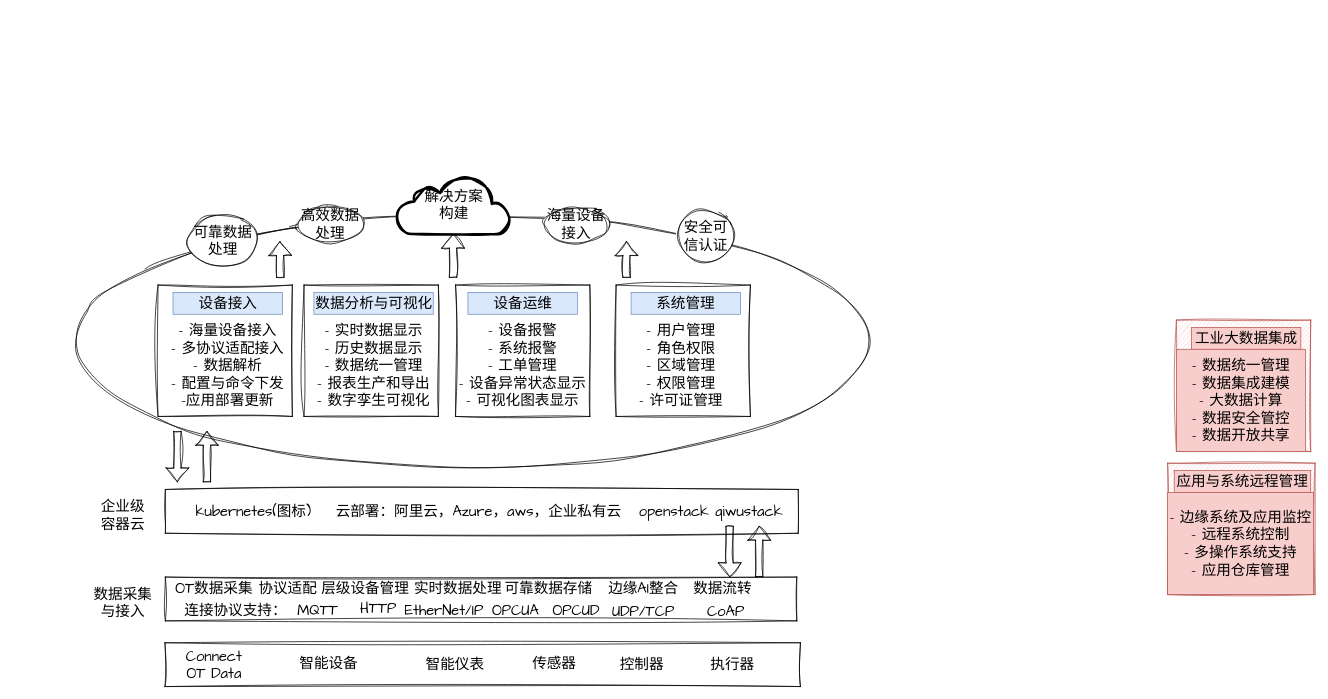
Above: page "IoTSuite" (3 of 3) of qiwu.drawio in viking-wj/software (draw.io), before the change. Source tidied: cells renumbered, new cells numbered last; positions are measured from the earlier drawing's top-left corner, leaving out a move shared by most shapes. Both pictures are drawn from the tidied source at 73%, with x=0, y=0 at pixel (74, 175).
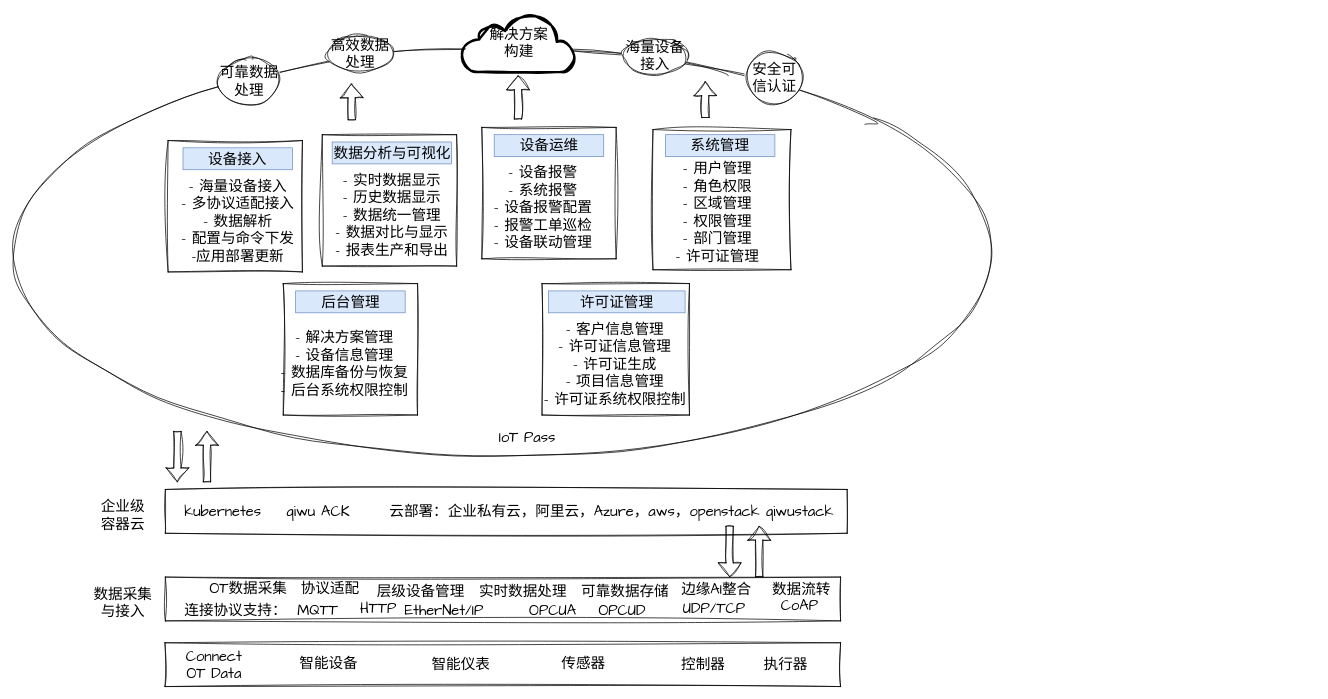
The same page after the edit.

Diff of the diagram source:
```diff
@@
-    <mxCell id="2" style="ellipse;whiteSpace=wrap;html=1;sketch=1;hachureGap=4;jiggle=2;curveFitting=1;fontFamily=Architects Daughter;fontSize=20;" parent="1" vertex="1">
-      <mxGeometry y="54" width="1087" height="346" as="geometry" />
-    </mxCell>
+    <mxCell id="62" style="ellipse;whiteSpace=wrap;html=1;sketch=1;hachureGap=4;jiggle=2;curveFitting=1;fontFamily=Architects Daughter;fontSize=20;" parent="1" vertex="1">
+      <mxGeometry x="-84.5" y="-174" width="1342" height="558" as="geometry" />
+    </mxCell>
     <mxCell id="3" style="rounded=0;whiteSpace=wrap;html=1;sketch=1;hachureGap=4;jiggle=2;curveFitting=1;fontFamily=Architects Daughter;fontSize=20;" parent="1" vertex="1">
-      <mxGeometry x="123.5" y="640" width="870.5" height="60" as="geometry" />
+      <mxGeometry x="123.5" y="640" width="925.5" height="60" as="geometry" />
     </mxCell>
@@
     <mxCell id="6" value="智能仪表" style="text;html=1;strokeColor=none;fillColor=none;align=center;verticalAlign=middle;whiteSpace=wrap;rounded=0;fontSize=20;fontFamily=Architects Daughter;" parent="1" vertex="1">
-      <mxGeometry x="476" y="655" width="90" height="30" as="geometry" />
+      <mxGeometry x="484" y="655" width="90" height="30" as="geometry" />
     </mxCell>
     <mxCell id="7" value="传感器" style="text;html=1;strokeColor=none;fillColor=none;align=center;verticalAlign=middle;whiteSpace=wrap;rounded=0;fontSize=20;fontFamily=Architects Daughter;" parent="1" vertex="1">
-      <mxGeometry x="612" y="655" width="90" height="25" as="geometry" />
+      <mxGeometry x="651.5" y="655" width="90" height="25" as="geometry" />
     </mxCell>
     <mxCell id="8" value="控制器" style="text;html=1;strokeColor=none;fillColor=none;align=center;verticalAlign=middle;whiteSpace=wrap;rounded=0;fontSize=20;fontFamily=Architects Daughter;" parent="1" vertex="1">
-      <mxGeometry x="741.5" y="655" width="70" height="30" as="geometry" />
+      <mxGeometry x="826" y="655" width="70" height="30" as="geometry" />
     </mxCell>
     <mxCell id="9" value="执行器" style="text;html=1;strokeColor=none;fillColor=none;align=center;verticalAlign=middle;whiteSpace=wrap;rounded=0;fontSize=20;fontFamily=Architects Daughter;" parent="1" vertex="1">
-      <mxGeometry x="866" y="655" width="70" height="30" as="geometry" />
+      <mxGeometry x="939" y="655" width="70" height="30" as="geometry" />
     </mxCell>
     <mxCell id="10" style="rounded=0;whiteSpace=wrap;html=1;sketch=1;hachureGap=4;jiggle=2;curveFitting=1;fontFamily=Architects Daughter;fontSize=20;" parent="1" vertex="1">
-      <mxGeometry x="124" y="550" width="865" height="60" as="geometry" />
+      <mxGeometry x="124" y="550" width="925" height="60" as="geometry" />
     </mxCell>
     <mxCell id="11" value="OT数据采集" style="text;html=1;strokeColor=none;fillColor=none;align=center;verticalAlign=middle;whiteSpace=wrap;rounded=0;fontSize=20;fontFamily=Architects Daughter;" parent="1" vertex="1">
-      <mxGeometry x="131" y="550" width="120" height="30" as="geometry" />
+      <mxGeometry x="178" y="550" width="120" height="30" as="geometry" />
     </mxCell>
@@
     <mxCell id="15" value="协议适配" style="text;html=1;strokeColor=none;fillColor=none;align=center;verticalAlign=middle;whiteSpace=wrap;rounded=0;fontSize=20;fontFamily=Architects Daughter;" parent="1" vertex="1">
-      <mxGeometry x="247" y="550" width="90" height="30" as="geometry" />
+      <mxGeometry x="305" y="550" width="90" height="30" as="geometry" />
     </mxCell>
     <mxCell id="16" value="层级设备管理" style="text;html=1;strokeColor=none;fillColor=none;align=center;verticalAlign=middle;whiteSpace=wrap;rounded=0;fontSize=20;fontFamily=Architects Daughter;" parent="1" vertex="1">
-      <mxGeometry x="333" y="550" width="130" height="30" as="geometry" />
+      <mxGeometry x="408.5" y="555" width="130" height="30" as="geometry" />
     </mxCell>
     <mxCell id="17" value="实时数据处理" style="text;html=1;strokeColor=none;fillColor=none;align=center;verticalAlign=middle;whiteSpace=wrap;rounded=0;fontSize=20;fontFamily=Architects Daughter;" parent="1" vertex="1">
-      <mxGeometry x="460" y="550" width="130" height="30" as="geometry" />
+      <mxGeometry x="548.5" y="555" width="130" height="30" as="geometry" />
     </mxCell>
     <mxCell id="18" value="可靠数据存储" style="text;html=1;strokeColor=none;fillColor=none;align=center;verticalAlign=middle;whiteSpace=wrap;rounded=0;fontSize=20;fontFamily=Architects Daughter;" parent="1" vertex="1">
-      <mxGeometry x="583.5" y="550" width="130" height="30" as="geometry" />
+      <mxGeometry x="688.5" y="555" width="130" height="30" as="geometry" />
     </mxCell>
@@
     <mxCell id="20" style="rounded=0;whiteSpace=wrap;html=1;sketch=1;hachureGap=4;jiggle=2;curveFitting=1;fontFamily=Architects Daughter;fontSize=20;" parent="1" vertex="1">
-      <mxGeometry x="124" y="430" width="867" height="60" as="geometry" />
+      <mxGeometry x="124" y="430" width="934" height="60" as="geometry" />
     </mxCell>
@@
-    <mxCell id="22" value="kubernetes(图标)" style="text;html=1;strokeColor=none;fillColor=none;align=center;verticalAlign=middle;whiteSpace=wrap;rounded=0;fontSize=20;fontFamily=Architects Daughter;" parent="1" vertex="1">
-      <mxGeometry x="161.5" y="445" width="165.5" height="30" as="geometry" />
+    <mxCell id="22" value="kubernetes" style="text;html=1;strokeColor=none;fillColor=none;align=center;verticalAlign=middle;whiteSpace=wrap;rounded=0;fontSize=20;fontFamily=Architects Daughter;" parent="1" vertex="1">
+      <mxGeometry x="161.5" y="445" width="81.5" height="30" as="geometry" />
     </mxCell>
-    <mxCell id="23" value="云部署：阿里云，Azure，aws，企业私有云&amp;nbsp; &amp;nbsp;openstack qiwustack" style="text;html=1;strokeColor=none;fillColor=none;align=center;verticalAlign=middle;whiteSpace=wrap;rounded=0;fontSize=20;fontFamily=Architects Daughter;" parent="1" vertex="1">
-      <mxGeometry x="350" y="445" width="628" height="30" as="geometry" />
+    <mxCell id="23" value="云部署：企业私有云，阿里云，Azure，aws，openstack qiwustack" style="text;html=1;strokeColor=none;fillColor=none;align=center;verticalAlign=middle;whiteSpace=wrap;rounded=0;fontSize=20;fontFamily=Architects Daughter;" parent="1" vertex="1">
+      <mxGeometry x="414" y="445" width="643" height="30" as="geometry" />
     </mxCell>
     <mxCell id="24" style="rounded=0;whiteSpace=wrap;html=1;sketch=1;hachureGap=4;jiggle=2;curveFitting=1;fontFamily=Architects Daughter;fontSize=20;" parent="1" vertex="1">
-      <mxGeometry x="114" y="150" width="184" height="180" as="geometry" />
+      <mxGeometry x="127.8" y="-48" width="184" height="180" as="geometry" />
     </mxCell>
     <mxCell id="25" value="设备接入" style="text;html=1;strokeColor=#6c8ebf;fillColor=#dae8fc;align=center;verticalAlign=middle;whiteSpace=wrap;rounded=0;fontSize=20;fontFamily=Architects Daughter;" parent="1" vertex="1">
-      <mxGeometry x="134.5" y="160" width="150" height="30" as="geometry" />
+      <mxGeometry x="148.2" y="-38" width="150" height="30" as="geometry" />
     </mxCell>
     <mxCell id="26" value="- 海量设备接入&lt;br&gt;- 多协议适配接入&lt;br&gt;- 数据解析&lt;br&gt;- 配置与命令下发&lt;br&gt;-应用部署更新" style="text;html=1;strokeColor=none;fillColor=none;align=center;verticalAlign=middle;whiteSpace=wrap;rounded=0;fontSize=20;fontFamily=Architects Daughter;" parent="1" vertex="1">
-      <mxGeometry x="121" y="190" width="177" height="140" as="geometry" />
+      <mxGeometry x="134.8" y="-8" width="177" height="140" as="geometry" />
     </mxCell>
     <mxCell id="27" style="rounded=0;whiteSpace=wrap;html=1;sketch=1;hachureGap=4;jiggle=2;curveFitting=1;fontFamily=Architects Daughter;fontSize=20;" parent="1" vertex="1">
-      <mxGeometry x="314" y="150" width="184" height="180" as="geometry" />
+      <mxGeometry x="339" y="-56" width="184" height="180" as="geometry" />
     </mxCell>
     <mxCell id="28" value="数据分析与可视化" style="text;html=1;strokeColor=#6c8ebf;fillColor=#dae8fc;align=center;verticalAlign=middle;whiteSpace=wrap;rounded=0;fontSize=20;fontFamily=Architects Daughter;" parent="1" vertex="1">
-      <mxGeometry x="327.5" y="160" width="163.5" height="30" as="geometry" />
+      <mxGeometry x="352.5" y="-46" width="163.5" height="30" as="geometry" />
     </mxCell>
-    <mxCell id="29" value="- 实时数据显示&lt;br&gt;- 历史数据显示&lt;br&gt;- 数据统一管理&lt;br&gt;- 报表生产和导出&lt;br&gt;- 数字孪生可视化" style="text;html=1;strokeColor=none;fillColor=none;align=center;verticalAlign=middle;whiteSpace=wrap;rounded=0;fontSize=20;fontFamily=Architects Daughter;" parent="1" vertex="1">
-      <mxGeometry x="321" y="190" width="177" height="140" as="geometry" />
+    <mxCell id="29" value="- 实时数据显示&lt;br&gt;- 历史数据显示&lt;br&gt;- 数据统一管理&lt;br&gt;- 数据对比与显示&lt;br&gt;- 报表生产和导出" style="text;html=1;strokeColor=none;fillColor=none;align=center;verticalAlign=middle;whiteSpace=wrap;rounded=0;fontSize=20;fontFamily=Architects Daughter;" parent="1" vertex="1">
+      <mxGeometry x="346" y="-16" width="177" height="140" as="geometry" />
     </mxCell>
     <mxCell id="30" style="rounded=0;whiteSpace=wrap;html=1;sketch=1;hachureGap=4;jiggle=2;curveFitting=1;fontFamily=Architects Daughter;fontSize=20;" parent="1" vertex="1">
-      <mxGeometry x="521.5" y="150" width="184" height="180" as="geometry" />
+      <mxGeometry x="285.5" y="148" width="184" height="180" as="geometry" />
     </mxCell>
@@
-    <mxCell id="32" value="设备运维" style="text;html=1;strokeColor=#6c8ebf;fillColor=#dae8fc;align=center;verticalAlign=middle;whiteSpace=wrap;rounded=0;fontSize=20;fontFamily=Architects Daughter;" parent="1" vertex="1">
-      <mxGeometry x="538.5" y="160" width="150" height="30" as="geometry" />
+    <mxCell id="32" value="后台管理" style="text;html=1;strokeColor=#6c8ebf;fillColor=#dae8fc;align=center;verticalAlign=middle;whiteSpace=wrap;rounded=0;fontSize=20;fontFamily=Architects Daughter;" parent="1" vertex="1">
+      <mxGeometry x="302.5" y="158" width="150" height="30" as="geometry" />
     </mxCell>
-    <mxCell id="33" value="- 设备报警&lt;br&gt;- 系统报警&lt;br&gt;- 工单管理&lt;br&gt;- 设备异常状态显示&lt;br&gt;- 可视化图表显示" style="text;html=1;strokeColor=none;fillColor=none;align=center;verticalAlign=middle;whiteSpace=wrap;rounded=0;fontSize=20;fontFamily=Architects Daughter;" parent="1" vertex="1">
-      <mxGeometry x="525" y="190" width="177" height="140" as="geometry" />
+    <mxCell id="33" value="- 解决方案管理&lt;br&gt;- 设备信息管理&lt;br&gt;- 数据库备份与恢复&lt;br&gt;- 后台系统权限控制" style="text;html=1;strokeColor=none;fillColor=none;align=center;verticalAlign=middle;whiteSpace=wrap;rounded=0;fontSize=20;fontFamily=Architects Daughter;" parent="1" vertex="1">
+      <mxGeometry x="281" y="188" width="177" height="140" as="geometry" />
     </mxCell>
     <mxCell id="34" style="rounded=0;whiteSpace=wrap;html=1;sketch=1;hachureGap=4;jiggle=2;curveFitting=1;fontFamily=Architects Daughter;fontSize=20;" parent="1" vertex="1">
-      <mxGeometry x="741.5" y="150" width="184" height="180" as="geometry" />
+      <mxGeometry x="792" y="-63" width="189" height="192" as="geometry" />
     </mxCell>
     <mxCell id="35" value="系统管理" style="text;html=1;strokeColor=#6c8ebf;fillColor=#dae8fc;align=center;verticalAlign=middle;whiteSpace=wrap;rounded=0;fontSize=20;fontFamily=Architects Daughter;" parent="1" vertex="1">
-      <mxGeometry x="762" y="160" width="150" height="30" as="geometry" />
+      <mxGeometry x="809" y="-56" width="150" height="30" as="geometry" />
     </mxCell>
-    <mxCell id="36" value="- 用户管理&lt;br&gt;- 角色权限&lt;br&gt;- 区域管理&lt;br&gt;- 权限管理&lt;br&gt;- 许可证管理" style="text;html=1;strokeColor=none;fillColor=none;align=center;verticalAlign=middle;whiteSpace=wrap;rounded=0;fontSize=20;fontFamily=Architects Daughter;" parent="1" vertex="1">
-      <mxGeometry x="741.5" y="190" width="177" height="140" as="geometry" />
+    <mxCell id="36" value="- 用户管理&lt;br&gt;- 角色权限&lt;br&gt;- 区域管理&lt;br&gt;- 权限管理&lt;br&gt;- 部门管理&lt;br&gt;- 许可证管理" style="text;html=1;strokeColor=none;fillColor=none;align=center;verticalAlign=middle;whiteSpace=wrap;rounded=0;fontSize=20;fontFamily=Architects Daughter;" parent="1" vertex="1">
+      <mxGeometry x="792" y="-23" width="177" height="145" as="geometry" />
     </mxCell>
     <mxCell id="37" value="解决方案&lt;br&gt;构建" style="html=1;gradientDirection=north;strokeWidth=2;shape=mxgraph.networks.cloud;sketch=1;hachureGap=4;jiggle=2;curveFitting=1;fontFamily=Architects Daughter;fontSize=20;" parent="1" vertex="1">
-      <mxGeometry x="441" width="155.2" height="80" as="geometry" />
+      <mxGeometry x="530" y="-222" width="155.2" height="80" as="geometry" />
     </mxCell>
     <mxCell id="38" value="高效数据处理" style="ellipse;whiteSpace=wrap;html=1;sketch=1;hachureGap=4;jiggle=2;curveFitting=1;fontFamily=Architects Daughter;fontSize=20;" parent="1" vertex="1">
-      <mxGeometry x="305" y="42" width="90" height="50" as="geometry" />
+      <mxGeometry x="345.5" y="-192" width="90" height="50" as="geometry" />
     </mxCell>
     <mxCell id="39" value="海量设备接入" style="ellipse;whiteSpace=wrap;html=1;sketch=1;hachureGap=4;jiggle=2;curveFitting=1;fontFamily=Architects Daughter;fontSize=20;" parent="1" vertex="1">
-      <mxGeometry x="642" y="42" width="90" height="50" as="geometry" />
+      <mxGeometry x="750" y="-189" width="90" height="50" as="geometry" />
     </mxCell>
@@
     <mxCell id="44" style="shape=flexArrow;endArrow=classic;html=1;rounded=0;sketch=1;hachureGap=4;jiggle=2;curveFitting=1;fontFamily=Architects Daughter;fontSize=16;" parent="1" edge="1">
       <mxGeometry relative="1" as="geometry">
-        <mxPoint x="518.1" y="140" as="sourcePoint" />
-        <mxPoint x="518.1" y="80" as="targetPoint" />
+        <mxPoint x="607.1" y="-77" as="sourcePoint" />
+        <mxPoint x="607.1" y="-137" as="targetPoint" />
       </mxGeometry>
     </mxCell>
     <mxCell id="45" style="shape=flexArrow;endArrow=classic;html=1;rounded=0;sketch=1;hachureGap=4;jiggle=2;curveFitting=1;fontFamily=Architects Daughter;fontSize=16;" parent="1" edge="1">
       <mxGeometry relative="1" as="geometry">
-        <mxPoint x="281.5" y="140" as="sourcePoint" />
-        <mxPoint x="281" y="90" as="targetPoint" />
+        <mxPoint x="379.5" y="-76" as="sourcePoint" />
+        <mxPoint x="379" y="-126" as="targetPoint" />
       </mxGeometry>
     </mxCell>
     <mxCell id="46" style="shape=flexArrow;endArrow=classic;html=1;rounded=0;sketch=1;hachureGap=4;jiggle=2;curveFitting=1;fontFamily=Architects Daughter;fontSize=16;" parent="1" edge="1">
       <mxGeometry relative="1" as="geometry">
-        <mxPoint x="756" y="140" as="sourcePoint" />
-        <mxPoint x="755.5" y="90" as="targetPoint" />
+        <mxPoint x="864" y="-79" as="sourcePoint" />
+        <mxPoint x="863.5" y="-129" as="targetPoint" />
       </mxGeometry>
     </mxCell>
     <mxCell id="47" value="OPCUA" style="text;html=1;align=center;verticalAlign=middle;whiteSpace=wrap;rounded=0;fontSize=20;fontFamily=Architects Daughter;" parent="1" vertex="1">
-      <mxGeometry x="574" y="580" width="60" height="30" as="geometry" />
+      <mxGeometry x="625" y="580" width="60" height="30" as="geometry" />
     </mxCell>
     <mxCell id="48" value="OPCUD" style="text;html=1;align=center;verticalAlign=middle;whiteSpace=wrap;rounded=0;fontSize=20;fontFamily=Architects Daughter;" parent="1" vertex="1">
-      <mxGeometry x="657" y="580" width="60" height="30" as="geometry" />
+      <mxGeometry x="720" y="580" width="60" height="30" as="geometry" />
     </mxCell>
@@
     <mxCell id="50" value="边缘AI整合" style="text;html=1;align=center;verticalAlign=middle;whiteSpace=wrap;rounded=0;fontSize=20;fontFamily=Architects Daughter;" parent="1" vertex="1">
-      <mxGeometry x="713.5" y="550" width="130" height="30" as="geometry" />
+      <mxGeometry x="817" y="552" width="124" height="30" as="geometry" />
     </mxCell>
     <mxCell id="51" value="数据流转" style="text;html=1;align=center;verticalAlign=middle;whiteSpace=wrap;rounded=0;fontSize=20;fontFamily=Architects Daughter;" parent="1" vertex="1">
-      <mxGeometry x="843.5" y="550" width="87" height="30" as="geometry" />
+      <mxGeometry x="952" y="552" width="87" height="30" as="geometry" />
     </mxCell>
-    <mxCell id="52" style="rounded=0;whiteSpace=wrap;html=1;sketch=1;hachureGap=4;jiggle=2;curveFitting=1;fontFamily=Architects Daughter;fontSize=20;fillColor=#f8cecc;strokeColor=#b85450;" parent="1" vertex="1">
-      <mxGeometry x="1509" y="198" width="184" height="180" as="geometry" />
-    </mxCell>
-    <mxCell id="53" value="工业大数据集成" style="text;html=1;strokeColor=#b85450;fillColor=#f8cecc;align=center;verticalAlign=middle;whiteSpace=wrap;rounded=0;fontSize=20;fontFamily=Architects Daughter;" parent="1" vertex="1">
-      <mxGeometry x="1529.5" y="208" width="150" height="30" as="geometry" />
-    </mxCell>
-    <mxCell id="54" value="- 数据统一管理&lt;br&gt;- 数据集成建模&lt;br&gt;- 大数据计算&lt;br&gt;- 数据安全管控&lt;br&gt;- 数据开放共享" style="text;html=1;strokeColor=#b85450;fillColor=#f8cecc;align=center;verticalAlign=middle;whiteSpace=wrap;rounded=0;fontSize=20;fontFamily=Architects Daughter;" parent="1" vertex="1">
-      <mxGeometry x="1509" y="238" width="177" height="140" as="geometry" />
-    </mxCell>
-    <mxCell id="55" style="rounded=0;whiteSpace=wrap;html=1;sketch=1;hachureGap=4;jiggle=2;curveFitting=1;fontFamily=Architects Daughter;fontSize=20;fillColor=#f8cecc;strokeColor=#b85450;" parent="1" vertex="1">
-      <mxGeometry x="1497" y="394" width="202" height="180" as="geometry" />
+    <mxCell id="55" style="rounded=0;whiteSpace=wrap;html=1;sketch=1;hachureGap=4;jiggle=2;curveFitting=1;fontFamily=Architects Daughter;fontSize=20;" parent="1" vertex="1">
+      <mxGeometry x="640" y="148" width="202" height="180" as="geometry" />
     </mxCell>
-    <mxCell id="56" value="应用与系统远程管理" style="text;html=1;strokeColor=#b85450;fillColor=#f8cecc;align=center;verticalAlign=middle;whiteSpace=wrap;rounded=0;fontSize=20;fontFamily=Architects Daughter;" parent="1" vertex="1">
-      <mxGeometry x="1506" y="404" width="187" height="30" as="geometry" />
+    <mxCell id="56" value="许可证管理" style="text;html=1;align=center;verticalAlign=middle;whiteSpace=wrap;rounded=0;fontSize=20;fontFamily=Architects Daughter;fillColor=#dae8fc;strokeColor=#6c8ebf;" parent="1" vertex="1">
+      <mxGeometry x="649" y="158" width="187" height="30" as="geometry" />
     </mxCell>
-    <mxCell id="57" value="- 边缘系统及应用监控&lt;br&gt;- 远程系统控制&lt;br&gt;- 多操作系统支持&lt;br&gt;- 应用仓库管理" style="text;html=1;strokeColor=#b85450;fillColor=#f8cecc;align=center;verticalAlign=middle;whiteSpace=wrap;rounded=0;fontSize=20;fontFamily=Architects Daughter;" parent="1" vertex="1">
-      <mxGeometry x="1497" y="434" width="200" height="140" as="geometry" />
+    <mxCell id="57" value="- 客户信息管理&lt;br&gt;- 许可证信息管理&lt;br&gt;- 许可证生成&lt;br&gt;- 项目信息管理&lt;br&gt;- 许可证系统权限控制" style="text;html=1;align=center;verticalAlign=middle;whiteSpace=wrap;rounded=0;fontSize=20;fontFamily=Architects Daughter;" parent="1" vertex="1">
+      <mxGeometry x="640" y="188" width="200" height="140" as="geometry" />
     </mxCell>
     <mxCell id="58" value="UDP/TCP" style="text;html=1;align=center;verticalAlign=middle;whiteSpace=wrap;rounded=0;fontSize=20;fontFamily=Architects Daughter;" parent="1" vertex="1">
-      <mxGeometry x="726.5" y="582" width="104" height="30" as="geometry" />
+      <mxGeometry x="824" y="578" width="104" height="30" as="geometry" />
     </mxCell>
     <mxCell id="59" value="CoAP" style="text;html=1;align=center;verticalAlign=middle;whiteSpace=wrap;rounded=0;fontSize=20;fontFamily=Architects Daughter;" parent="1" vertex="1">
-      <mxGeometry x="840" y="582" width="104" height="30" as="geometry" />
+      <mxGeometry x="941" y="574" width="104" height="30" as="geometry" />
     </mxCell>
     <mxCell id="60" value="可靠数据处理" style="ellipse;whiteSpace=wrap;html=1;sketch=1;hachureGap=4;jiggle=2;curveFitting=1;fontFamily=Architects Daughter;fontSize=20;" parent="1" vertex="1">
-      <mxGeometry x="153.5" y="54" width="97.5" height="69" as="geometry" />
+      <mxGeometry x="197" y="-161" width="84" height="63" as="geometry" />
     </mxCell>
     <mxCell id="61" value="安全可信认证" style="ellipse;whiteSpace=wrap;html=1;sketch=1;hachureGap=4;jiggle=2;curveFitting=1;fontFamily=Architects Daughter;fontSize=20;" parent="1" vertex="1">
-      <mxGeometry x="826" y="47" width="76.5" height="71.5" as="geometry" />
+      <mxGeometry x="920" y="-169.5" width="76.5" height="71.5" as="geometry" />
     </mxCell>
+    <mxCell id="63" value="qiwu ACK" style="text;html=1;strokeColor=none;fillColor=none;align=center;verticalAlign=middle;whiteSpace=wrap;rounded=0;fontSize=20;fontFamily=Architects Daughter;" parent="1" vertex="1">
+      <mxGeometry x="286.5" y="445" width="93" height="30" as="geometry" />
+    </mxCell>
+    <mxCell id="64" value="IoT Pass" style="text;html=1;strokeColor=none;fillColor=none;align=center;verticalAlign=middle;whiteSpace=wrap;rounded=0;fontSize=20;fontFamily=Architects Daughter;" parent="1" vertex="1">
+      <mxGeometry x="560.5" y="343" width="118" height="30" as="geometry" />
+    </mxCell>
+    <mxCell id="65" style="rounded=0;whiteSpace=wrap;html=1;sketch=1;hachureGap=4;jiggle=2;curveFitting=1;fontFamily=Architects Daughter;fontSize=20;" parent="1" vertex="1">
+      <mxGeometry x="557.5" y="-66" width="184" height="180" as="geometry" />
+    </mxCell>
+    <mxCell id="66" style="edgeStyle=none;shape=flexArrow;rounded=0;sketch=1;hachureGap=4;jiggle=2;curveFitting=1;jettySize=auto;html=1;fontFamily=Architects Daughter;fontSize=16;" parent="1" edge="1" source="67" target="68">
+      <mxGeometry relative="1" as="geometry" />
+    </mxCell>
+    <mxCell id="67" value="设备运维" style="text;html=1;strokeColor=#6c8ebf;fillColor=#dae8fc;align=center;verticalAlign=middle;whiteSpace=wrap;rounded=0;fontSize=20;fontFamily=Architects Daughter;" parent="1" vertex="1">
+      <mxGeometry x="574.5" y="-56" width="150" height="30" as="geometry" />
+    </mxCell>
+    <mxCell id="68" value="- 设备报警&lt;br&gt;- 系统报警&lt;br&gt;- 设备报警配置&lt;br&gt;- 报警工单巡检&lt;br&gt;- 设备联动管理" style="text;html=1;strokeColor=none;fillColor=none;align=center;verticalAlign=middle;whiteSpace=wrap;rounded=0;fontSize=20;fontFamily=Architects Daughter;" parent="1" vertex="1">
+      <mxGeometry x="553" y="-26" width="177" height="140" as="geometry" />
+    </mxCell>
```
